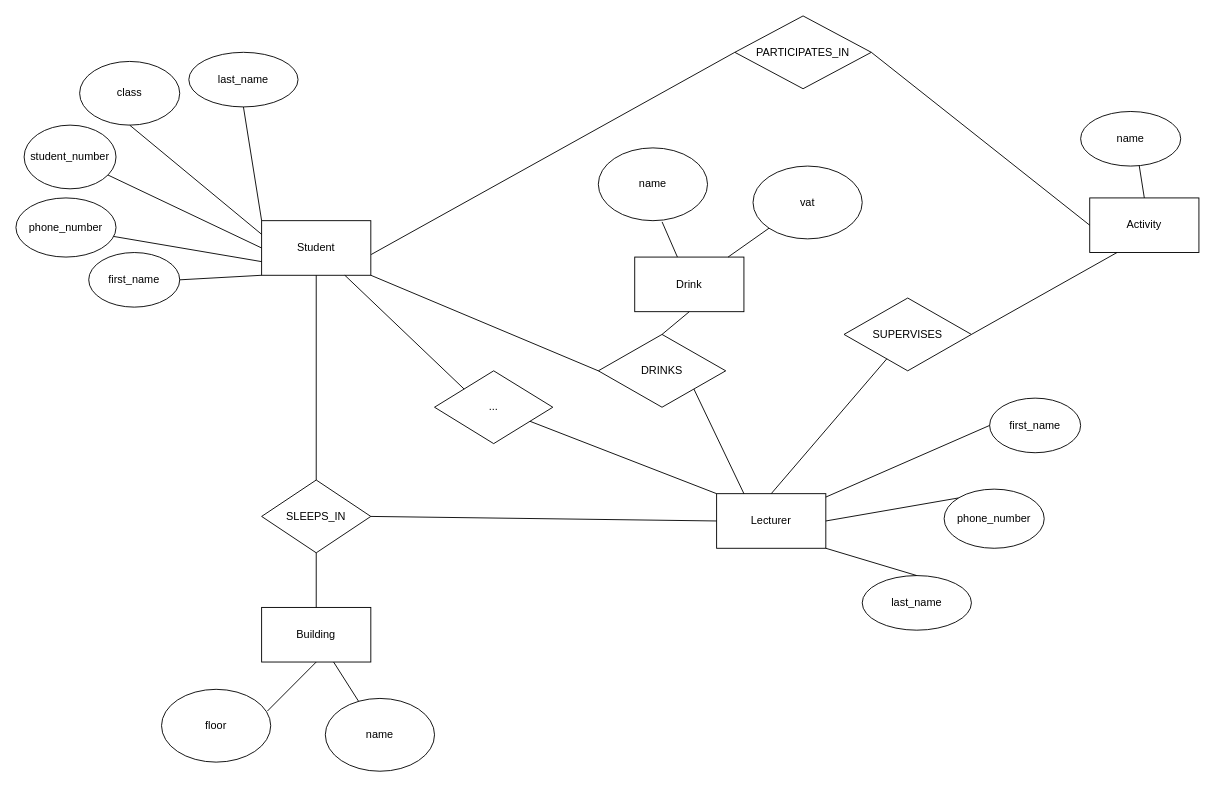
tnb1604/DatabasesProject keeps this draw.io diagram as DatabasesERDdiagramCOPY.drawio. Above is the earlier version. Source tidied: cells renumbered, new cells numbered last; positions are measured from the earlier drawing's top-left corner, leaving out a move shared by most shapes. Both pictures are drawn from the tidied source at 91%, with x=0, y=0 at pixel (15, 15).
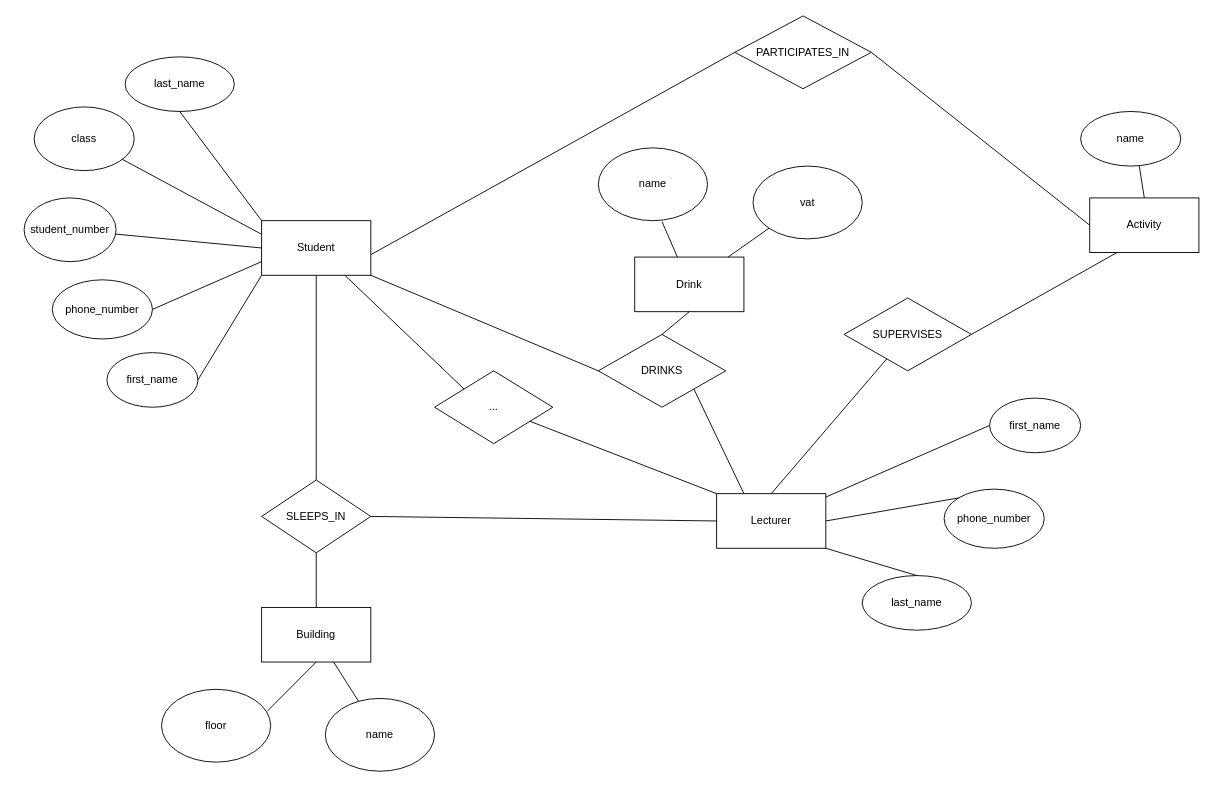
The same diagram, later.

Unchanged cells that the change refers to:
```xml
<mxCell id="2" value="Student" style="rounded=0;whiteSpace=wrap;html=1;" parent="1" vertex="1">
  <mxGeometry x="270" y="225" width="120" height="60" as="geometry" />
</mxCell>
```

Diff of the diagram source:
```diff
@@
     <mxCell id="6" value="last_name" style="ellipse;whiteSpace=wrap;html=1;" parent="1" vertex="1">
-      <mxGeometry x="190" y="40" width="120" height="60" as="geometry" />
+      <mxGeometry x="120" y="45" width="120" height="60" as="geometry" />
     </mxCell>
     <mxCell id="7" value="phone_number" style="ellipse;whiteSpace=wrap;html=1;" parent="1" vertex="1">
-      <mxGeometry y="200" width="110" height="65" as="geometry" />
+      <mxGeometry x="40" y="290" width="110" height="65" as="geometry" />
     </mxCell>
     <mxCell id="8" value="class" style="ellipse;whiteSpace=wrap;html=1;" parent="1" vertex="1">
-      <mxGeometry x="70" y="50" width="110" height="70" as="geometry" />
+      <mxGeometry x="20" y="100" width="110" height="70" as="geometry" />
     </mxCell>
     <mxCell id="9" value="student_number" style="ellipse;whiteSpace=wrap;html=1;" parent="1" vertex="1">
-      <mxGeometry x="9" y="120" width="101" height="70" as="geometry" />
+      <mxGeometry x="9" y="200" width="101" height="70" as="geometry" />
     </mxCell>
     <mxCell id="10" value="first_name" style="ellipse;whiteSpace=wrap;html=1;" parent="1" vertex="1">
-      <mxGeometry x="80" y="260" width="100" height="60" as="geometry" />
+      <mxGeometry x="100" y="370" width="100" height="60" as="geometry" />
     </mxCell>
@@
-    <mxCell id="13" style="endArrow=none;html=1;rounded=0;entryX=0;entryY=0.75;entryDx=0;entryDy=0;exitX=0.979;exitY=0.652;exitDx=0;exitDy=0;exitPerimeter=0;" parent="1" edge="1" source="7" target="2">
+    <mxCell id="13" style="endArrow=none;html=1;rounded=0;entryX=0;entryY=0.75;entryDx=0;entryDy=0;exitX=1;exitY=0.5;exitDx=0;exitDy=0;" parent="1" edge="1" source="7" target="2">
       <mxGeometry relative="1" as="geometry" />
     </mxCell>
@@
-    <mxCell id="15" style="endArrow=none;html=1;rounded=0;entryX=0.5;entryY=1;entryDx=0;entryDy=0;exitX=0;exitY=0.25;exitDx=0;exitDy=0;" parent="1" edge="1" source="2" target="8">
+    <mxCell id="15" style="endArrow=none;html=1;rounded=0;exitX=0;exitY=0.25;exitDx=0;exitDy=0;" parent="1" edge="1" source="2" target="8">
       <mxGeometry relative="1" as="geometry" />
     </mxCell>
```
